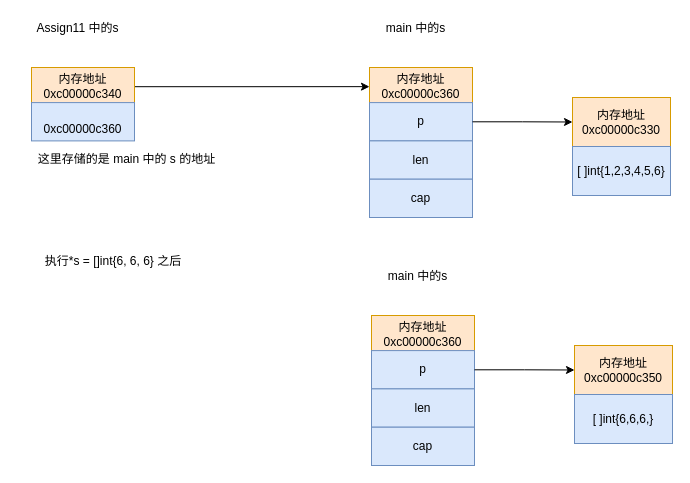
This is interview-slice-8.Slice-2.drawio from CatNum/draw.io, a draw.io file, before an edit. Source tidied: cells renumbered, new cells numbered last; positions are measured from the earlier drawing's top-left corner, leaving out a move shared by most shapes. Both pictures are drawn from the tidied source at 100%, with x=0, y=0 at pixel (17, 17).
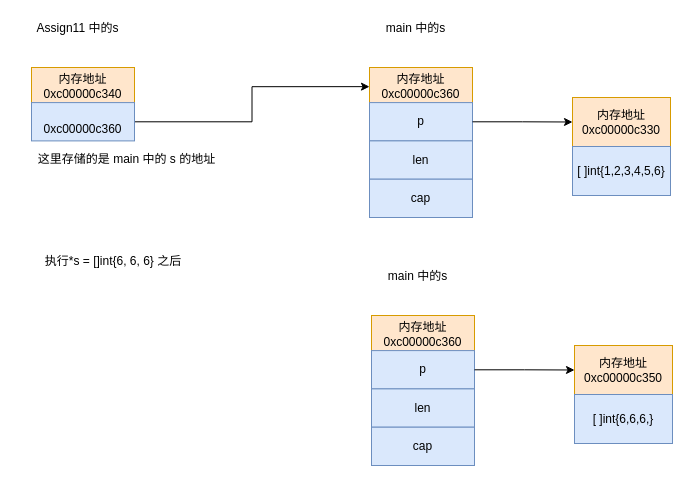
Above is the later version.

The change refers to these unchanged cells:
```xml
<mxCell id="3" value="内存地址0xc00000c360" style="rounded=0;whiteSpace=wrap;html=1;fillColor=#ffe6cc;strokeColor=#d79b00;" parent="2" vertex="1">
  <mxGeometry width="103" height="38.3" as="geometry" />
</mxCell>
<mxCell id="14" value="内存地址0xc00000c340" style="rounded=0;whiteSpace=wrap;html=1;fillColor=#ffe6cc;strokeColor=#d79b00;" parent="1" vertex="1">
  <mxGeometry x="14" y="50" width="103" height="38.3" as="geometry" />
</mxCell>
<mxCell id="15" value="&lt;br style=&quot;border-color: var(--border-color);&quot;&gt;0xc00000c360" style="rounded=0;whiteSpace=wrap;html=1;fillColor=#dae8fc;strokeColor=#6c8ebf;" parent="1" vertex="1">
  <mxGeometry x="14" y="85.1" width="103" height="38.3" as="geometry" />
</mxCell>
```

Diff of the diagram source:
```diff
@@
-    <mxCell id="13" style="edgeStyle=orthogonalEdgeStyle;rounded=0;jettySize=auto;html=1;entryX=0;entryY=0.5;entryDx=0;entryDy=0;" parent="1" edge="1" source="14" target="3">
-      <mxGeometry relative="1" as="geometry" />
-    </mxCell>
@@
+    <mxCell id="28" style="edgeStyle=orthogonalEdgeStyle;rounded=0;jettySize=auto;html=1;entryX=0;entryY=0.5;entryDx=0;entryDy=0;" parent="1" edge="1" source="15" target="3">
+      <mxGeometry relative="1" as="geometry" />
+    </mxCell>
```
